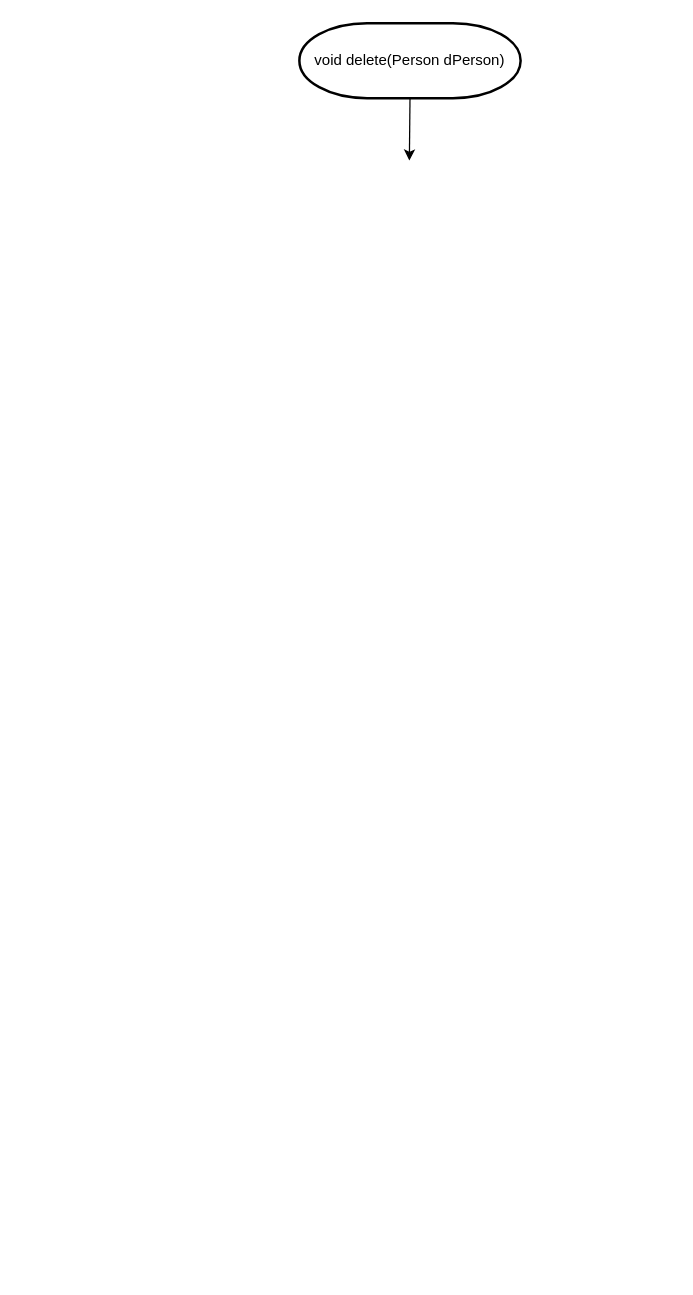
skatld123/PH_list_java keeps this draw.io diagram as 순서도/Delete 기능_java.drawio. Above is the earlier version. Source tidied: cells renumbered, new cells numbered last; positions are measured from the earlier drawing's top-left corner, leaving out a move shared by most shapes. Both pictures are drawn from the tidied source at 125%, with x=0, y=0 at pixel (299, 22).
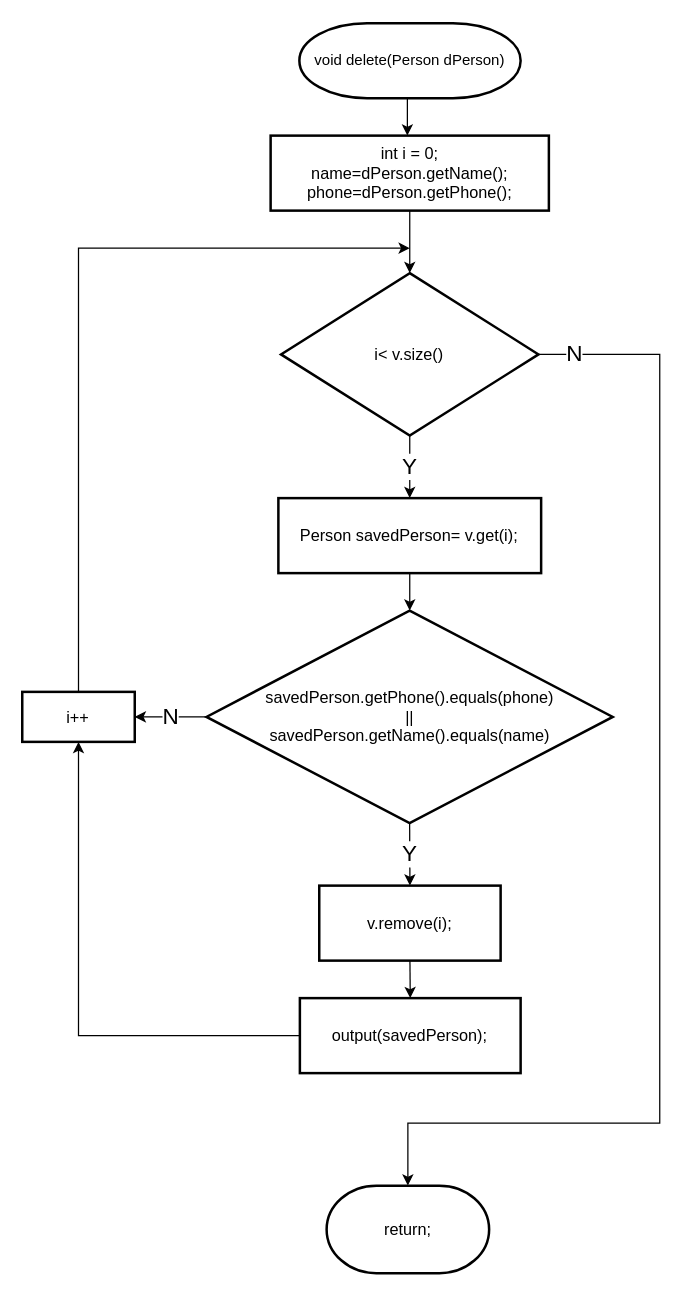
The same diagram, later.

Commit message (it also covers changes not shown here):
Delete 기능_java.drawio 업데이트

Unchanged cells that the change refers to:
```xml
<mxCell id="3" value="&lt;span style=&quot;text-align: left&quot;&gt;void delete(Person dPerson)&lt;/span&gt;" style="strokeWidth=2;html=1;shape=mxgraph.flowchart.terminator;whiteSpace=wrap;" parent="1" vertex="1">
  <mxGeometry width="177" height="60" as="geometry" />
</mxCell>
```

The edit, as a diff of the source:
```diff
@@
     <mxCell id="2" style="edgeStyle=orthogonalEdgeStyle;rounded=0;jettySize=auto;html=1;exitX=0.5;exitY=1;exitDx=0;exitDy=0;exitPerimeter=0;entryX=0.5;entryY=0;entryDx=0;entryDy=0;" parent="1" edge="1" source="3">
       <mxGeometry relative="1" as="geometry">
-        <mxPoint x="88" y="110" as="targetPoint" />
+        <mxPoint x="86.4" y="90" as="targetPoint" />
       </mxGeometry>
     </mxCell>
@@
+    <mxCell id="4" style="edgeStyle=orthogonalEdgeStyle;rounded=0;jettySize=auto;html=1;entryX=0.5;entryY=1;entryDx=0;entryDy=0;fontSize=18;" parent="1" edge="1" source="5" target="13">
+      <mxGeometry relative="1" as="geometry" />
+    </mxCell>
+    <mxCell id="5" value="output(savedPerson);" style="rounded=1;whiteSpace=wrap;html=1;absoluteArcSize=1;arcSize=0;strokeWidth=2;fontSize=13;" parent="1" vertex="1">
+      <mxGeometry x="0.4" y="780" width="176.6" height="60" as="geometry" />
+    </mxCell>
+    <mxCell id="6" value="return;" style="strokeWidth=2;html=1;shape=mxgraph.flowchart.terminator;whiteSpace=wrap;fontSize=13;" parent="1" vertex="1">
+      <mxGeometry x="21.8" y="930" width="130" height="70" as="geometry" />
+    </mxCell>
+    <mxCell id="7" value="Y" style="edgeStyle=orthogonalEdgeStyle;rounded=0;jettySize=auto;html=1;exitX=0.5;exitY=1;exitDx=0;exitDy=0;exitPerimeter=0;entryX=0.5;entryY=0;entryDx=0;entryDy=0;fontSize=18;" parent="1" edge="1" source="9" target="15">
+      <mxGeometry relative="1" as="geometry" />
+    </mxCell>
+    <mxCell id="8" value="N" style="edgeStyle=orthogonalEdgeStyle;rounded=0;jettySize=auto;html=1;entryX=0.5;entryY=0;entryDx=0;entryDy=0;entryPerimeter=0;fontSize=18;" parent="1" edge="1" source="9" target="6">
+      <mxGeometry x="-0.94" relative="1" as="geometry">
+        <Array as="points">
+          <mxPoint x="288.3" y="265" />
+          <mxPoint x="288.3" y="880" />
+          <mxPoint x="87.3" y="880" />
+        </Array>
+      </mxGeometry>
+    </mxCell>
+    <mxCell id="9" value="i&amp;lt; v.size()" style="strokeWidth=2;html=1;shape=mxgraph.flowchart.decision;whiteSpace=wrap;fontSize=13;" parent="1" vertex="1">
+      <mxGeometry x="-14.7" y="200" width="206" height="130" as="geometry" />
+    </mxCell>
+    <mxCell id="10" style="edgeStyle=orthogonalEdgeStyle;rounded=0;jettySize=auto;html=1;exitX=0.5;exitY=1;exitDx=0;exitDy=0;entryX=0.5;entryY=0;entryDx=0;entryDy=0;entryPerimeter=0;fontSize=13;" parent="1" edge="1" source="11" target="9">
+      <mxGeometry relative="1" as="geometry" />
+    </mxCell>
+    <mxCell id="11" value="int i = 0;&lt;br&gt;name=d&lt;span style=&quot;text-align: left&quot;&gt;Person&lt;/span&gt;.getName();&lt;br&gt;phone=d&lt;span style=&quot;text-align: left&quot;&gt;Person&lt;/span&gt;.getPhone();" style="rounded=1;whiteSpace=wrap;html=1;absoluteArcSize=1;arcSize=0;strokeWidth=2;fontSize=13;" parent="1" vertex="1">
+      <mxGeometry x="-23" y="90" width="222.6" height="60" as="geometry" />
+    </mxCell>
+    <mxCell id="12" style="edgeStyle=orthogonalEdgeStyle;rounded=0;jettySize=auto;html=1;fontSize=13;" parent="1" edge="1" source="13">
+      <mxGeometry relative="1" as="geometry">
+        <mxPoint x="88.3" y="180" as="targetPoint" />
+        <Array as="points">
+          <mxPoint x="-176.7" y="180" />
+        </Array>
+      </mxGeometry>
+    </mxCell>
+    <mxCell id="13" value="i++" style="rounded=1;whiteSpace=wrap;html=1;absoluteArcSize=1;arcSize=0;strokeWidth=2;fontSize=13;" parent="1" vertex="1">
+      <mxGeometry x="-221.7" y="535" width="90" height="40" as="geometry" />
+    </mxCell>
+    <mxCell id="14" style="edgeStyle=orthogonalEdgeStyle;rounded=0;jettySize=auto;html=1;exitX=0.5;exitY=1;exitDx=0;exitDy=0;entryX=0.5;entryY=0;entryDx=0;entryDy=0;entryPerimeter=0;fontSize=13;" parent="1" edge="1" source="15">
+      <mxGeometry relative="1" as="geometry">
+        <mxPoint x="88.3" y="470" as="targetPoint" />
+      </mxGeometry>
+    </mxCell>
+    <mxCell id="15" value="Person savedPerson= v.get(i);" style="rounded=1;whiteSpace=wrap;html=1;absoluteArcSize=1;arcSize=0;strokeWidth=2;fontSize=13;" parent="1" vertex="1">
+      <mxGeometry x="-16.8" y="380" width="210.2" height="60" as="geometry" />
+    </mxCell>
+    <mxCell id="16" value="N" style="edgeStyle=orthogonalEdgeStyle;rounded=0;jettySize=auto;html=1;fontSize=18;" parent="1" edge="1" source="17" target="13">
+      <mxGeometry relative="1" as="geometry" />
+    </mxCell>
+    <mxCell id="17" value="savedPerson.getPhone().equals(&lt;span style=&quot;text-align: left&quot;&gt;phone&lt;/span&gt;)&lt;br&gt;||&lt;br&gt;savedPerson.getName().equals(name)" style="strokeWidth=2;html=1;shape=mxgraph.flowchart.decision;whiteSpace=wrap;fontSize=13;" parent="1" vertex="1">
+      <mxGeometry x="-74.3" y="470" width="325" height="170" as="geometry" />
+    </mxCell>
+    <mxCell id="18" value="v.remove(i);" style="rounded=1;whiteSpace=wrap;html=1;absoluteArcSize=1;arcSize=0;strokeWidth=2;fontSize=13;" parent="1" vertex="1">
+      <mxGeometry x="15.9" y="690" width="145.1" height="60" as="geometry" />
+    </mxCell>
+    <mxCell id="19" value="Y" style="endArrow=classic;html=1;exitX=0.5;exitY=1;exitDx=0;exitDy=0;exitPerimeter=0;entryX=0.5;entryY=0;entryDx=0;entryDy=0;strokeWidth=1;fontSize=18;" parent="1" edge="1" source="17" target="18">
+      <mxGeometry relative="1" as="geometry" />
+    </mxCell>
+    <mxCell id="20" style="endArrow=classic;html=1;exitX=0.5;exitY=1;exitDx=0;exitDy=0;entryX=0.5;entryY=0;entryDx=0;entryDy=0;" parent="1" edge="1" source="18" target="5">
+      <mxGeometry relative="1" as="geometry" />
+    </mxCell>
```
